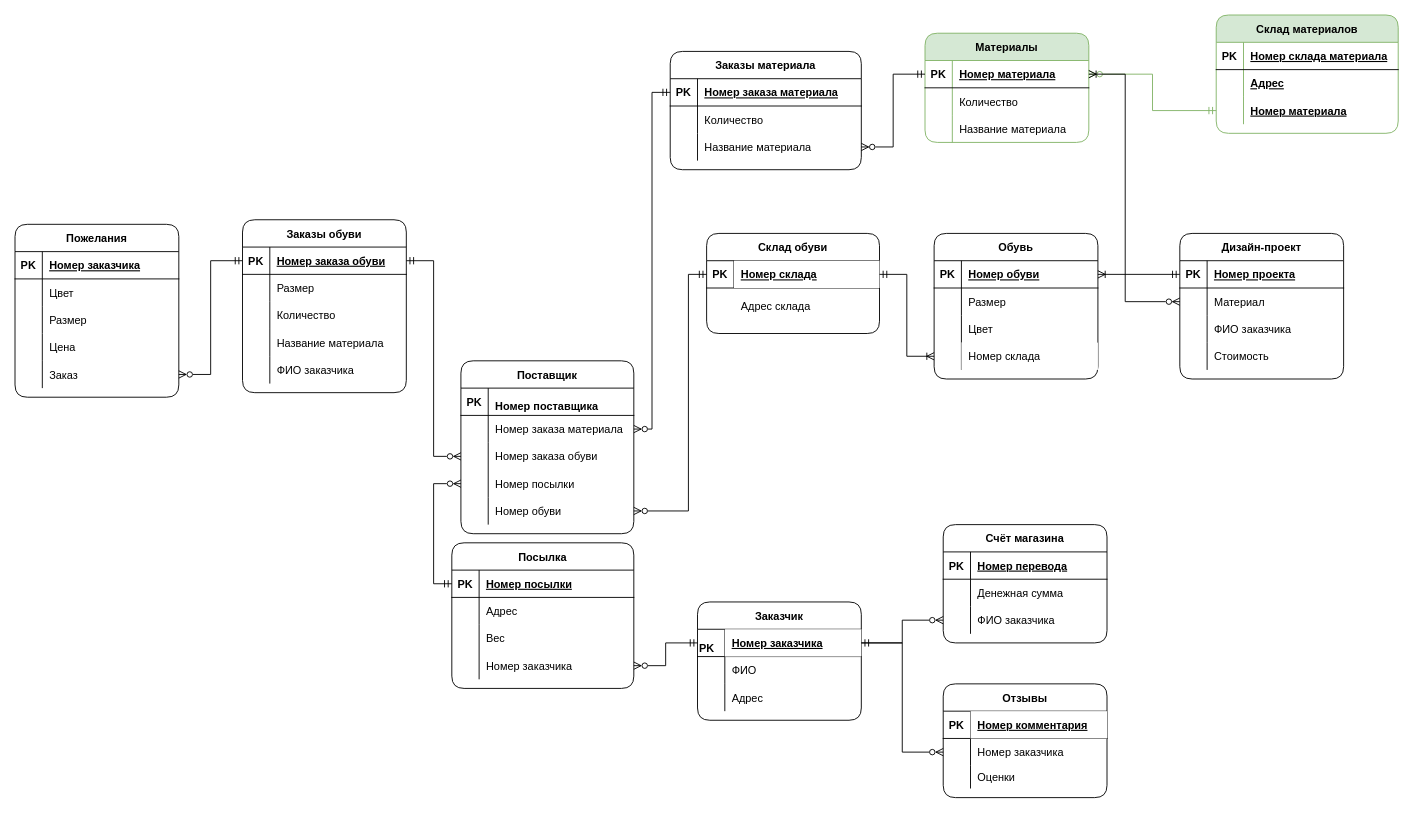
This is page "Page-1" (1 of 2) of Er.drawio from MorozovStanislav/Repozitory, a draw.io file, before an edit. Source tidied: cells renumbered, new cells numbered last; positions are measured from the earlier drawing's top-left corner, leaving out a move shared by most shapes. Both pictures are drawn from the tidied source at 91%, with x=0, y=0 at pixel (15, 15).
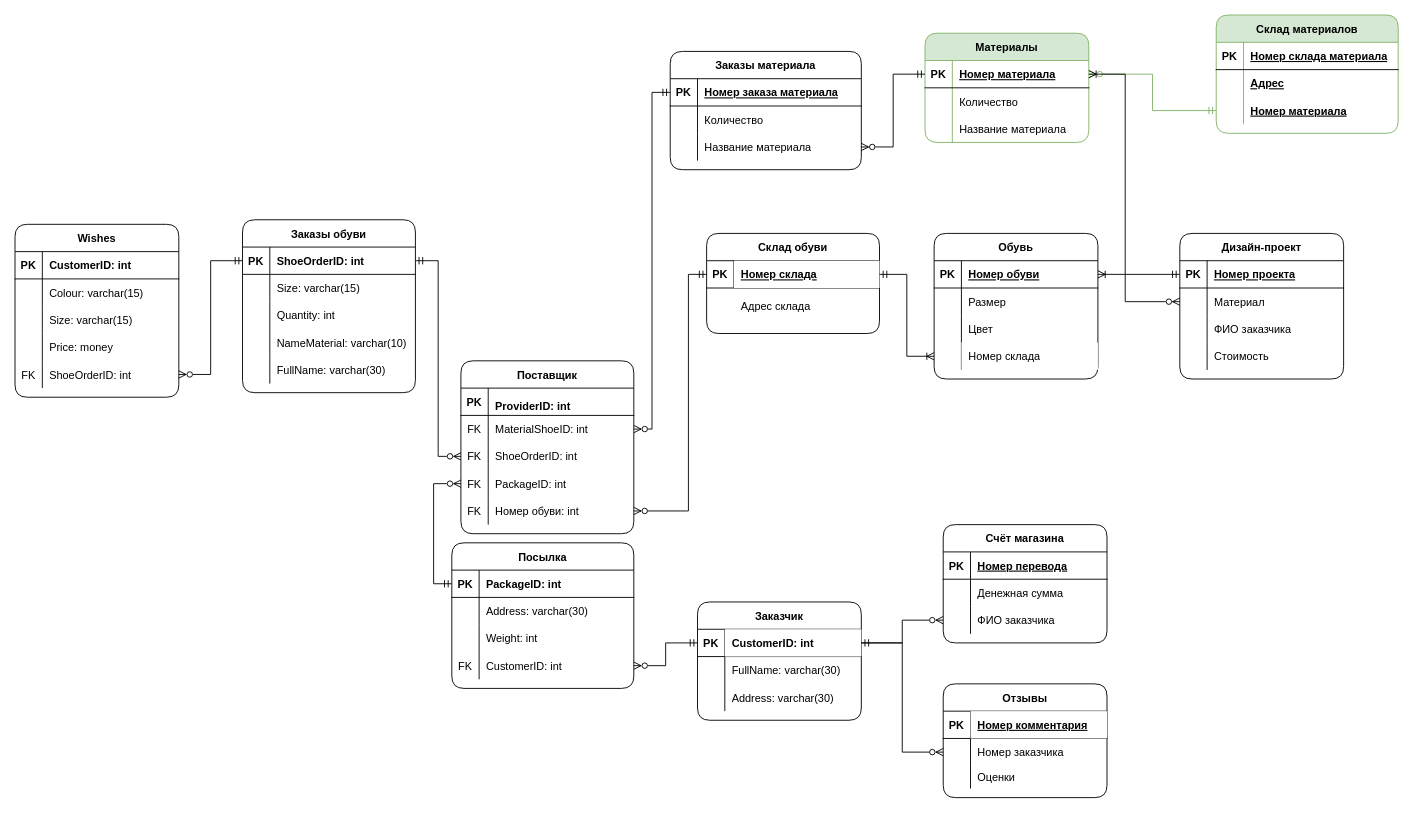
After the change.

Unchanged cells that the change refers to:
```xml
<mxCell id="29" style="shape=partialRectangle;fillColor=none;top=0;left=0;bottom=1;right=0;" parent="28" vertex="1">
  <mxGeometry y="30" width="180" height="30" as="geometry" />
</mxCell>
<mxCell id="32" style="shape=partialRectangle;fillColor=none;top=0;left=0;bottom=0;right=0;" parent="28" vertex="1">
  <mxGeometry y="60" width="180" height="30" as="geometry" />
</mxCell>
<mxCell id="35" style="shape=partialRectangle;fillColor=none;top=0;left=0;bottom=0;right=0;" parent="28" vertex="1">
  <mxGeometry y="90" width="180" height="30" as="geometry" />
</mxCell>
<mxCell id="38" style="shape=partialRectangle;fillColor=none;top=0;left=0;bottom=0;right=0;" parent="28" vertex="1">
  <mxGeometry y="120" width="180" height="30" as="geometry" />
</mxCell>
<mxCell id="41" style="shape=partialRectangle;fillColor=none;top=0;left=0;bottom=0;right=0;points=[[0,0.5],[1,0.5]];portConstraint=eastwest;" parent="28" vertex="1">
  <mxGeometry y="150" width="180" height="30" as="geometry" />
</mxCell>
<mxCell id="85" style="shape=partialRectangle;fillColor=none;top=0;left=0;bottom=1;right=0;points=[[0,0.5],[1,0.5]];portConstraint=eastwest;" parent="84" vertex="1">
  <mxGeometry y="30" width="200" height="30" as="geometry" />
</mxCell>
<mxCell id="88" style="shape=partialRectangle;fillColor=none;top=0;left=0;bottom=0;right=0;" parent="84" vertex="1">
  <mxGeometry y="60" width="200" height="30" as="geometry" />
</mxCell>
<mxCell id="91" style="shape=partialRectangle;fillColor=none;top=0;left=0;bottom=0;right=0;" parent="84" vertex="1">
  <mxGeometry y="90" width="200" height="30" as="geometry" />
</mxCell>
<mxCell id="94" style="shape=partialRectangle;fillColor=none;top=0;left=0;bottom=0;right=0;points=[[0,0.5],[1,0.5]];portConstraint=eastwest;" parent="84" vertex="1">
  <mxGeometry y="120" width="200" height="30" as="geometry" />
</mxCell>
<mxCell id="98" style="shape=partialRectangle;fillColor=none;top=0;left=0;bottom=1;right=0;rounded=1;sketch=0;" parent="97" vertex="1">
  <mxGeometry y="30" width="190" height="30" as="geometry" />
</mxCell>
<mxCell id="101" style="shape=partialRectangle;fillColor=none;top=0;left=0;bottom=0;right=0;points=[[0,0.5],[1,0.5]];portConstraint=eastwest;rounded=1;sketch=0;" parent="97" vertex="1">
  <mxGeometry y="60" width="190" height="30" as="geometry" />
</mxCell>
<mxCell id="104" style="shape=partialRectangle;fillColor=none;top=0;left=0;bottom=0;right=0;points=[[0,0.5],[1,0.5]];portConstraint=eastwest;rounded=1;sketch=0;" parent="97" vertex="1">
  <mxGeometry y="90" width="190" height="30" as="geometry" />
</mxCell>
<mxCell id="107" style="shape=partialRectangle;fillColor=none;top=0;left=0;bottom=0;right=0;points=[[0,0.5],[1,0.5]];portConstraint=eastwest;rounded=1;sketch=0;" parent="97" vertex="1">
  <mxGeometry y="120" width="190" height="30" as="geometry" />
</mxCell>
<mxCell id="110" style="shape=partialRectangle;fillColor=none;top=0;left=0;bottom=0;right=0;points=[[0,0.5],[1,0.5]];portConstraint=eastwest;rounded=1;sketch=0;" parent="97" vertex="1">
  <mxGeometry y="150" width="190" height="30" as="geometry" />
</mxCell>
<mxCell id="118" style="shape=partialRectangle;fillColor=none;top=0;left=0;bottom=1;right=0;points=[[0,0.5],[1,0.5]];portConstraint=eastwest;rounded=1;sketch=0;align=left;verticalAlign=bottom;" parent="117" vertex="1">
  <mxGeometry y="30" width="180" height="30" as="geometry" />
</mxCell>
<mxCell id="121" style="shape=partialRectangle;fillColor=none;top=0;left=0;bottom=0;right=0;rounded=1;sketch=0;align=left;verticalAlign=bottom;" parent="117" vertex="1">
  <mxGeometry y="60" width="180" height="30" as="geometry" />
</mxCell>
<mxCell id="124" style="shape=partialRectangle;fillColor=none;top=0;left=0;bottom=0;right=0;rounded=1;sketch=0;align=left;verticalAlign=bottom;" parent="117" vertex="1">
  <mxGeometry y="90" width="180" height="30" as="geometry" />
</mxCell>
```

Change to the diagram source:
```diff
@@
     <mxCell id="2" value="Заказы обуви" style="shape=table;startSize=30;childLayout=tableLayout;rowLines=0;fontStyle=1;align=center;rounded=1;" parent="1" vertex="1">
-      <mxGeometry x="250" y="225" width="180" height="190" as="geometry" />
+      <mxGeometry x="250" y="225" width="190" height="190" as="geometry" />
     </mxCell>
     <mxCell id="3" style="shape=partialRectangle;fillColor=none;top=0;left=0;bottom=1;right=0;points=[[0,0.5],[1,0.5]];portConstraint=eastwest;" parent="2" vertex="1">
-      <mxGeometry y="30" width="180" height="30" as="geometry" />
+      <mxGeometry y="30" width="190" height="30" as="geometry" />
     </mxCell>
@@
-    <mxCell id="5" value="Номер заказа обуви" style="shape=partialRectangle;fillColor=none;top=0;left=0;bottom=0;right=0;align=left;spacingLeft=6;fontStyle=5;overflow=hidden;" parent="3" vertex="1">
-      <mxGeometry x="30" width="150" height="30" as="geometry" />
+    <mxCell id="5" value="ShoeOrderID: int" style="shape=partialRectangle;fillColor=none;top=0;left=0;bottom=0;right=0;align=left;spacingLeft=6;fontStyle=1;overflow=hidden;" parent="3" vertex="1">
+      <mxGeometry x="30" width="160" height="30" as="geometry" />
     </mxCell>
     <mxCell id="6" style="shape=partialRectangle;fillColor=none;top=0;left=0;bottom=0;right=0;" parent="2" vertex="1">
-      <mxGeometry y="60" width="180" height="30" as="geometry" />
+      <mxGeometry y="60" width="190" height="30" as="geometry" />
     </mxCell>
@@
-    <mxCell id="8" value="Размер" style="shape=partialRectangle;fillColor=none;top=0;left=0;bottom=0;right=0;align=left;spacingLeft=6;overflow=hidden;" parent="6" vertex="1">
-      <mxGeometry x="30" width="150" height="30" as="geometry" />
+    <mxCell id="8" value="Size: varchar(15)" style="shape=partialRectangle;fillColor=none;top=0;left=0;bottom=0;right=0;align=left;spacingLeft=6;overflow=hidden;" parent="6" vertex="1">
+      <mxGeometry x="30" width="160" height="30" as="geometry" />
     </mxCell>
     <mxCell id="9" style="shape=partialRectangle;fillColor=none;top=0;left=0;bottom=0;right=0;" parent="2" vertex="1">
-      <mxGeometry y="90" width="180" height="30" as="geometry" />
+      <mxGeometry y="90" width="190" height="30" as="geometry" />
     </mxCell>
@@
-    <mxCell id="11" value="Количество" style="shape=partialRectangle;fillColor=none;top=0;left=0;bottom=0;right=0;align=left;spacingLeft=6;overflow=hidden;" parent="9" vertex="1">
-      <mxGeometry x="30" width="150" height="30" as="geometry" />
+    <mxCell id="11" value="Quantity: int" style="shape=partialRectangle;fillColor=none;top=0;left=0;bottom=0;right=0;align=left;spacingLeft=6;overflow=hidden;" parent="9" vertex="1">
+      <mxGeometry x="30" width="160" height="30" as="geometry" />
     </mxCell>
     <mxCell id="12" style="shape=partialRectangle;fillColor=none;top=0;left=0;bottom=0;right=0;" parent="2" vertex="1">
-      <mxGeometry y="120" width="180" height="30" as="geometry" />
+      <mxGeometry y="120" width="190" height="30" as="geometry" />
     </mxCell>
@@
-    <mxCell id="14" value="Название материала" style="shape=partialRectangle;fillColor=none;top=0;left=0;bottom=0;right=0;align=left;spacingLeft=6;overflow=hidden;" parent="12" vertex="1">
-      <mxGeometry x="30" width="150" height="30" as="geometry" />
+    <mxCell id="14" value="NameMaterial: varchar(10)" style="shape=partialRectangle;fillColor=none;top=0;left=0;bottom=0;right=0;align=left;spacingLeft=6;overflow=hidden;" parent="12" vertex="1">
+      <mxGeometry x="30" width="160" height="30" as="geometry" />
     </mxCell>
     <mxCell id="15" style="shape=partialRectangle;fillColor=none;top=0;left=0;bottom=0;right=0;" parent="2" vertex="1">
-      <mxGeometry y="150" width="180" height="30" as="geometry" />
+      <mxGeometry y="150" width="190" height="30" as="geometry" />
     </mxCell>
@@
-    <mxCell id="17" value="ФИО заказчика" style="shape=partialRectangle;fillColor=none;top=0;left=0;bottom=0;right=0;align=left;spacingLeft=6;overflow=hidden;" parent="15" vertex="1">
-      <mxGeometry x="30" width="150" height="30" as="geometry" />
+    <mxCell id="17" value="FullName: varchar(30)" style="shape=partialRectangle;fillColor=none;top=0;left=0;bottom=0;right=0;align=left;spacingLeft=6;overflow=hidden;" parent="15" vertex="1">
+      <mxGeometry x="30" width="160" height="30" as="geometry" />
     </mxCell>
@@
-    <mxCell id="28" value="Пожелания" style="shape=table;startSize=30;childLayout=tableLayout;rowLines=0;fontStyle=1;align=center;rounded=1;" parent="1" vertex="1">
+    <mxCell id="28" value="Wishes" style="shape=table;startSize=30;childLayout=tableLayout;rowLines=0;fontStyle=1;align=center;rounded=1;" parent="1" vertex="1">
       <mxGeometry y="230" width="180" height="190" as="geometry" />
     </mxCell>
@@
-    <mxCell id="31" value="Номер заказчика" style="shape=partialRectangle;fillColor=none;top=0;left=0;bottom=0;right=0;align=left;spacingLeft=6;fontStyle=5;overflow=hidden;" parent="29" vertex="1">
+    <mxCell id="31" value="CustomerID: int" style="shape=partialRectangle;fillColor=none;top=0;left=0;bottom=0;right=0;align=left;spacingLeft=6;fontStyle=1;overflow=hidden;" parent="29" vertex="1">
       <mxGeometry x="30" width="150" height="30" as="geometry" />
     </mxCell>
@@
-    <mxCell id="34" value="Цвет" style="shape=partialRectangle;fillColor=none;top=0;left=0;bottom=0;right=0;align=left;spacingLeft=6;overflow=hidden;" parent="32" vertex="1">
+    <mxCell id="34" value="Colour: varchar(15)" style="shape=partialRectangle;fillColor=none;top=0;left=0;bottom=0;right=0;align=left;spacingLeft=6;overflow=hidden;" parent="32" vertex="1">
       <mxGeometry x="30" width="150" height="30" as="geometry" />
     </mxCell>
@@
-    <mxCell id="37" value="Размер" style="shape=partialRectangle;fillColor=none;top=0;left=0;bottom=0;right=0;align=left;spacingLeft=6;overflow=hidden;" parent="35" vertex="1">
+    <mxCell id="37" value="Size: varchar(15)" style="shape=partialRectangle;fillColor=none;top=0;left=0;bottom=0;right=0;align=left;spacingLeft=6;overflow=hidden;" parent="35" vertex="1">
       <mxGeometry x="30" width="150" height="30" as="geometry" />
     </mxCell>
@@
-    <mxCell id="40" value="Цена" style="shape=partialRectangle;fillColor=none;top=0;left=0;bottom=0;right=0;align=left;spacingLeft=6;overflow=hidden;" parent="38" vertex="1">
+    <mxCell id="40" value="Price: money" style="shape=partialRectangle;fillColor=none;top=0;left=0;bottom=0;right=0;align=left;spacingLeft=6;overflow=hidden;" parent="38" vertex="1">
       <mxGeometry x="30" width="150" height="30" as="geometry" />
     </mxCell>
@@
-    <mxCell id="42" style="shape=partialRectangle;fillColor=none;top=0;left=0;bottom=0;right=0;overflow=hidden;" parent="41" vertex="1">
+    <mxCell id="42" value="FK" style="shape=partialRectangle;fillColor=none;top=0;left=0;bottom=0;right=0;overflow=hidden;" parent="41" vertex="1">
       <mxGeometry width="30" height="30" as="geometry" />
     </mxCell>
-    <mxCell id="43" value="Заказ" style="shape=partialRectangle;fillColor=none;top=0;left=0;bottom=0;right=0;align=left;spacingLeft=6;overflow=hidden;" parent="41" vertex="1">
+    <mxCell id="43" value="ShoeOrderID: int" style="shape=partialRectangle;fillColor=none;top=0;left=0;bottom=0;right=0;align=left;spacingLeft=6;overflow=hidden;" parent="41" vertex="1">
       <mxGeometry x="30" width="150" height="30" as="geometry" />
     </mxCell>
@@
-    <mxCell id="87" value="Номер посылки" style="shape=partialRectangle;fillColor=none;top=0;left=0;bottom=0;right=0;align=left;spacingLeft=6;fontStyle=5;overflow=hidden;" parent="85" vertex="1">
+    <mxCell id="87" value="PackageID: int" style="shape=partialRectangle;fillColor=none;top=0;left=0;bottom=0;right=0;align=left;spacingLeft=6;fontStyle=1;overflow=hidden;" parent="85" vertex="1">
       <mxGeometry x="30" width="170" height="30" as="geometry" />
     </mxCell>
@@
-    <mxCell id="90" value="Адрес" style="shape=partialRectangle;fillColor=none;top=0;left=0;bottom=0;right=0;align=left;spacingLeft=6;overflow=hidden;" parent="88" vertex="1">
+    <mxCell id="90" value="Address: varchar(30)" style="shape=partialRectangle;fillColor=none;top=0;left=0;bottom=0;right=0;align=left;spacingLeft=6;overflow=hidden;" parent="88" vertex="1">
       <mxGeometry x="30" width="170" height="30" as="geometry" />
     </mxCell>
@@
-    <mxCell id="93" value="Вес" style="shape=partialRectangle;fillColor=none;top=0;left=0;bottom=0;right=0;align=left;spacingLeft=6;overflow=hidden;" parent="91" vertex="1">
+    <mxCell id="93" value="Weight: int" style="shape=partialRectangle;fillColor=none;top=0;left=0;bottom=0;right=0;align=left;spacingLeft=6;overflow=hidden;" parent="91" vertex="1">
       <mxGeometry x="30" width="170" height="30" as="geometry" />
     </mxCell>
@@
-    <mxCell id="95" style="shape=partialRectangle;fillColor=none;top=0;left=0;bottom=0;right=0;overflow=hidden;" parent="94" vertex="1">
+    <mxCell id="95" value="FK" style="shape=partialRectangle;fillColor=none;top=0;left=0;bottom=0;right=0;overflow=hidden;" parent="94" vertex="1">
       <mxGeometry width="30" height="30" as="geometry" />
     </mxCell>
-    <mxCell id="96" value="Номер заказчика" style="shape=partialRectangle;fillColor=none;top=0;left=0;bottom=0;right=0;align=left;spacingLeft=6;overflow=hidden;" parent="94" vertex="1">
+    <mxCell id="96" value="CustomerID: int" style="shape=partialRectangle;fillColor=none;top=0;left=0;bottom=0;right=0;align=left;spacingLeft=6;overflow=hidden;" parent="94" vertex="1">
       <mxGeometry x="30" width="170" height="30" as="geometry" />
     </mxCell>
@@
-    <mxCell id="100" value="Номер поставщика" style="shape=partialRectangle;fillColor=none;top=0;left=0;bottom=0;right=0;align=left;spacingLeft=6;fontStyle=1;overflow=hidden;rounded=1;sketch=0;verticalAlign=bottom;fontColor=#000000;" parent="98" vertex="1">
+    <mxCell id="100" value="ProviderID: int" style="shape=partialRectangle;fillColor=none;top=0;left=0;bottom=0;right=0;align=left;spacingLeft=6;fontStyle=1;overflow=hidden;rounded=1;sketch=0;verticalAlign=bottom;fontColor=#000000;" parent="98" vertex="1">
       <mxGeometry x="30" width="160" height="30" as="geometry" />
     </mxCell>
@@
-    <mxCell id="102" style="shape=partialRectangle;fillColor=none;top=0;left=0;bottom=0;right=0;overflow=hidden;rounded=1;sketch=0;" parent="101" vertex="1">
+    <mxCell id="102" value="FK" style="shape=partialRectangle;fillColor=none;top=0;left=0;bottom=0;right=0;overflow=hidden;rounded=1;sketch=0;" parent="101" vertex="1">
       <mxGeometry width="30" height="30" as="geometry" />
     </mxCell>
-    <mxCell id="103" value="Номер заказа материала" style="shape=partialRectangle;fillColor=none;top=0;left=0;bottom=0;right=0;align=left;spacingLeft=6;overflow=hidden;rounded=1;sketch=0;" parent="101" vertex="1">
+    <mxCell id="103" value="MaterialShoeID: int" style="shape=partialRectangle;fillColor=none;top=0;left=0;bottom=0;right=0;align=left;spacingLeft=6;overflow=hidden;rounded=1;sketch=0;" parent="101" vertex="1">
       <mxGeometry x="30" width="160" height="30" as="geometry" />
     </mxCell>
@@
-    <mxCell id="105" style="shape=partialRectangle;fillColor=none;top=0;left=0;bottom=0;right=0;overflow=hidden;rounded=1;sketch=0;" parent="104" vertex="1">
+    <mxCell id="105" value="FK" style="shape=partialRectangle;fillColor=none;top=0;left=0;bottom=0;right=0;overflow=hidden;rounded=1;sketch=0;" parent="104" vertex="1">
       <mxGeometry width="30" height="30" as="geometry" />
     </mxCell>
-    <mxCell id="106" value="Номер заказа обуви" style="shape=partialRectangle;fillColor=none;top=0;left=0;bottom=0;right=0;align=left;spacingLeft=6;overflow=hidden;rounded=1;sketch=0;" parent="104" vertex="1">
+    <mxCell id="106" value="ShoeOrderID: int" style="shape=partialRectangle;fillColor=none;top=0;left=0;bottom=0;right=0;align=left;spacingLeft=6;overflow=hidden;rounded=1;sketch=0;" parent="104" vertex="1">
       <mxGeometry x="30" width="160" height="30" as="geometry" />
     </mxCell>
@@
-    <mxCell id="108" style="shape=partialRectangle;fillColor=none;top=0;left=0;bottom=0;right=0;overflow=hidden;rounded=1;sketch=0;" parent="107" vertex="1">
+    <mxCell id="108" value="FK" style="shape=partialRectangle;fillColor=none;top=0;left=0;bottom=0;right=0;overflow=hidden;rounded=1;sketch=0;" parent="107" vertex="1">
       <mxGeometry width="30" height="30" as="geometry" />
     </mxCell>
-    <mxCell id="109" value="Номер посылки" style="shape=partialRectangle;fillColor=none;top=0;left=0;bottom=0;right=0;align=left;spacingLeft=6;overflow=hidden;rounded=1;sketch=0;" parent="107" vertex="1">
+    <mxCell id="109" value="PackageID: int" style="shape=partialRectangle;fillColor=none;top=0;left=0;bottom=0;right=0;align=left;spacingLeft=6;overflow=hidden;rounded=1;sketch=0;" parent="107" vertex="1">
       <mxGeometry x="30" width="160" height="30" as="geometry" />
     </mxCell>
@@
-    <mxCell id="111" style="shape=partialRectangle;fillColor=none;top=0;left=0;bottom=0;right=0;overflow=hidden;rounded=1;sketch=0;" parent="110" vertex="1">
+    <mxCell id="111" value="FK" style="shape=partialRectangle;fillColor=none;top=0;left=0;bottom=0;right=0;overflow=hidden;rounded=1;sketch=0;" parent="110" vertex="1">
       <mxGeometry width="30" height="30" as="geometry" />
     </mxCell>
-    <mxCell id="112" value="Номер обуви" style="shape=partialRectangle;fillColor=none;top=0;left=0;bottom=0;right=0;align=left;spacingLeft=6;overflow=hidden;rounded=1;sketch=0;" parent="110" vertex="1">
+    <mxCell id="112" value="Номер обуви: int" style="shape=partialRectangle;fillColor=none;top=0;left=0;bottom=0;right=0;align=left;spacingLeft=6;overflow=hidden;rounded=1;sketch=0;" parent="110" vertex="1">
       <mxGeometry x="30" width="160" height="30" as="geometry" />
     </mxCell>
@@
-    <mxCell id="119" value="PK" style="shape=partialRectangle;fillColor=none;top=0;left=0;bottom=0;right=0;fontStyle=1;overflow=hidden;rounded=1;sketch=0;align=left;verticalAlign=bottom;" parent="118" vertex="1">
+    <mxCell id="119" value="PK" style="shape=partialRectangle;fillColor=none;top=0;left=0;bottom=0;right=0;fontStyle=1;overflow=hidden;rounded=1;sketch=0;align=center;verticalAlign=middle;" parent="118" vertex="1">
       <mxGeometry width="30" height="30" as="geometry" />
     </mxCell>
-    <mxCell id="120" value="Номер заказчика" style="shape=partialRectangle;top=0;left=0;bottom=0;right=0;align=left;spacingLeft=6;fontStyle=5;overflow=hidden;rounded=1;sketch=0;" parent="118" vertex="1">
+    <mxCell id="120" value="CustomerID: int" style="shape=partialRectangle;top=0;left=0;bottom=0;right=0;align=left;spacingLeft=6;fontStyle=1;overflow=hidden;rounded=1;sketch=0;" parent="118" vertex="1">
       <mxGeometry x="30" width="150" height="30" as="geometry" />
     </mxCell>
@@
-    <mxCell id="123" value="ФИО" style="shape=partialRectangle;fillColor=none;top=0;left=0;bottom=0;right=0;align=left;spacingLeft=6;overflow=hidden;rounded=1;sketch=0;" parent="121" vertex="1">
+    <mxCell id="123" value="FullName: varchar(30)" style="shape=partialRectangle;fillColor=none;top=0;left=0;bottom=0;right=0;align=left;spacingLeft=6;overflow=hidden;rounded=1;sketch=0;" parent="121" vertex="1">
       <mxGeometry x="30" width="150" height="30" as="geometry" />
     </mxCell>
@@
-    <mxCell id="126" value="Адрес" style="shape=partialRectangle;fillColor=none;top=0;left=0;bottom=0;right=0;align=left;spacingLeft=6;overflow=hidden;rounded=1;sketch=0;" parent="124" vertex="1">
+    <mxCell id="126" value="Address: varchar(30)" style="shape=partialRectangle;fillColor=none;top=0;left=0;bottom=0;right=0;align=left;spacingLeft=6;overflow=hidden;rounded=1;sketch=0;" parent="124" vertex="1">
       <mxGeometry x="30" width="150" height="30" as="geometry" />
     </mxCell>
```
